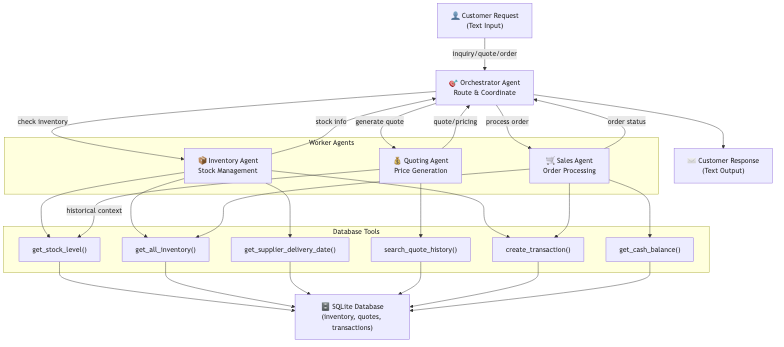
Above: project/diagram.png in smane-avanade/agentic-ai-c4-exercises-demos (Mermaid), before the change. Its source is kept beside it as project/diagram.mmd.
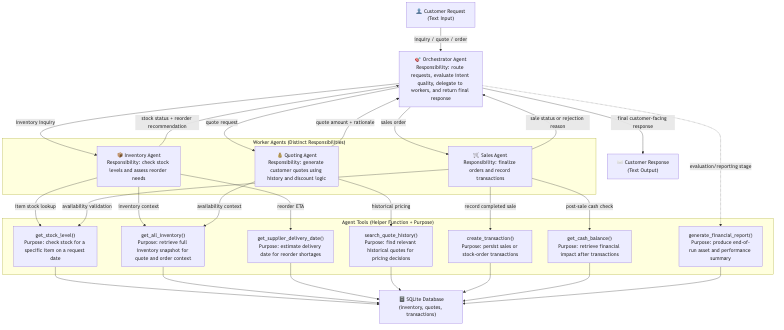
The same file after the commit.

Commit message:
improve diagram

The edit, as a diff of the source:
```diff
@@ -1,43 +1,42 @@
 graph TB
     Customer["👤 Customer Request<br/>(Text Input)"]
+    Response["✉️ Customer Response<br/>(Text Output)"]
 
-    Orch["🎯 Orchestrator Agent<br/>Route & Coordinate"]
+    Orch["🎯 Orchestrator Agent<br/>Responsibility: route requests, evaluate intent quality, delegate to workers, and return final response"]
 
-    subgraph Workers["Worker Agents"]
-        Inv["📦 Inventory Agent<br/>Stock Management"]
-        Quote["💰 Quoting Agent<br/>Price Generation"]
-        Sales["🛒 Sales Agent<br/>Order Processing"]
+    subgraph Workers["Worker Agents (Distinct Responsibilities)"]
+        Inv["📦 Inventory Agent<br/>Responsibility: check stock levels and assess reorder needs"]
+        Quote["💰 Quoting Agent<br/>Responsibility: generate customer quotes using history and discount logic"]
+        Sales["🛒 Sales Agent<br/>Responsibility: finalize orders and record transactions"]
     end
 
-    subgraph Tools["Database Tools"]
-        T1["get_stock_level()"]
-        T2["get_all_inventory()"]
-        T3["get_supplier_delivery_date()"]
-        T4["search_quote_history()"]
-        T5["create_transaction()"]
-        T6["get_cash_balance()"]
+    subgraph Tools["Agent Tools (Helper Function + Purpose)"]
+        T1["get_stock_level()<br/>Purpose: check stock for a specific item on a request date"]
+        T2["get_all_inventory()<br/>Purpose: retrieve full inventory snapshot for quote and order context"]
+        T3["get_supplier_delivery_date()<br/>Purpose: estimate delivery date for reorder shortages"]
+        T4["search_quote_history()<br/>Purpose: find relevant historical quotes for pricing decisions"]
+        T5["create_transaction()<br/>Purpose: persist sales or stock-order transactions"]
+        T6["get_cash_balance()<br/>Purpose: retrieve financial impact after transactions"]
+        T7["generate_financial_report()<br/>Purpose: produce end-of-run asset and performance summary"]
     end
 
     DB["🗄️ SQLite Database<br/>(inventory, quotes, transactions)"]
 
-    Response["✉️ Customer Response<br/>(Text Output)"]
+    Customer -->|"inquiry / quote / order"| Orch
+    Orch -->|"inventory inquiry"| Inv
+    Orch -->|"quote request"| Quote
+    Orch -->|"sales order"| Sales
 
-    Customer -->|"inquiry/quote/order"| Orch
-    Orch -->|"check inventory"| Inv
-    Orch -->|"generate quote"| Quote
-    Orch -->|"process order"| Sales
+    Inv -->|"item stock lookup"| T1
+    Inv -->|"inventory context"| T2
+    Inv -->|"reorder ETA"| T3
 
-    Inv --> T1
-    Inv --> T2
-    Inv --> T3
-    Inv --> T5
+    Quote -->|"historical pricing"| T4
+    Quote -->|"availability context"| T2
 
-    Quote --> T4
-    Quote -->|"historical context"| T1
-
-    Sales --> T5
-    Sales --> T6
-    Sales --> T2
+    Sales -->|"record completed sale"| T5
+    Sales -->|"post-sale cash check"| T6
+    Sales -->|"availability validation"| T1
 
     T1 --> DB
     T2 --> DB
@@ -45,9 +44,11 @@
     T4 --> DB
     T5 --> DB
     T6 --> DB
+    T7 --> DB
 
-    Inv -->|"stock info"| Orch
-    Quote -->|"quote/pricing"| Orch
-    Sales -->|"order status"| Orch
+    Inv -->|"stock status + reorder recommendation"| Orch
+    Quote -->|"quote amount + rationale"| Orch
+    Sales -->|"sale status or rejection reason"| Orch
 
-    Orch --> Response
+    Orch -->|"final customer-facing response"| Response
+    Orch -.->|"evaluation/reporting stage"| T7
```
